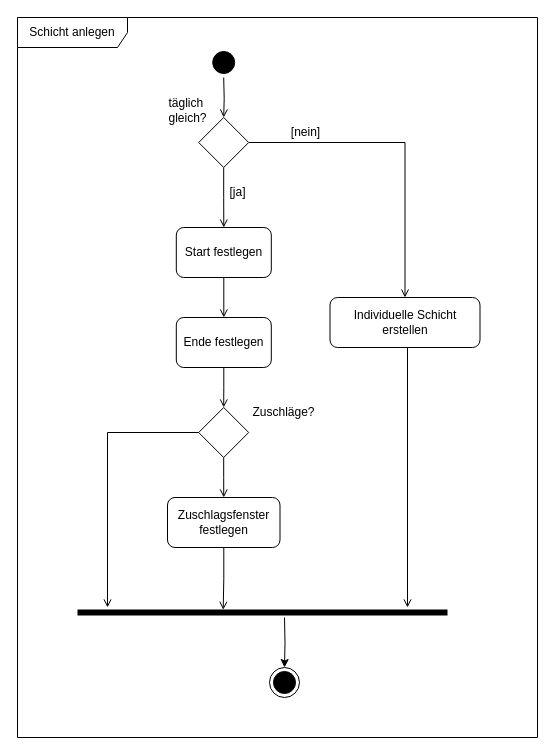
The draw.io diagram 4_Entwurf/Schicht anlegen.drawio in annikalenneper/praxisprojekt_mi_bachelor_SoSe24, before the edit. Source tidied: cells renumbered, new cells numbered last; positions are measured from the earlier drawing's top-left corner, leaving out a move shared by most shapes. Both pictures are drawn from the tidied source at 100%, with x=0, y=0 at pixel (17, 17).
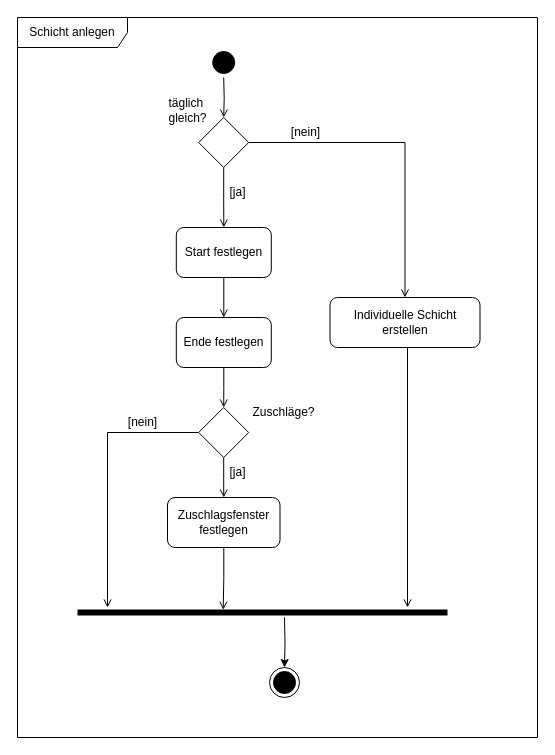
The same diagram, later.

Commit message:
added missing labels

What changed in the source:
```diff
@@
+    <mxCell id="26" value="[ja]" style="text;html=1;align=center;verticalAlign=middle;strokeColor=none;fillColor=none;" parent="1" vertex="1">
+      <mxGeometry x="200" y="440" width="40" height="30" as="geometry" />
+    </mxCell>
+    <mxCell id="27" value="[nein]" style="text;html=1;align=center;verticalAlign=middle;strokeColor=none;fillColor=none;" parent="1" vertex="1">
+      <mxGeometry x="100" y="390" width="50" height="30" as="geometry" />
+    </mxCell>
```
